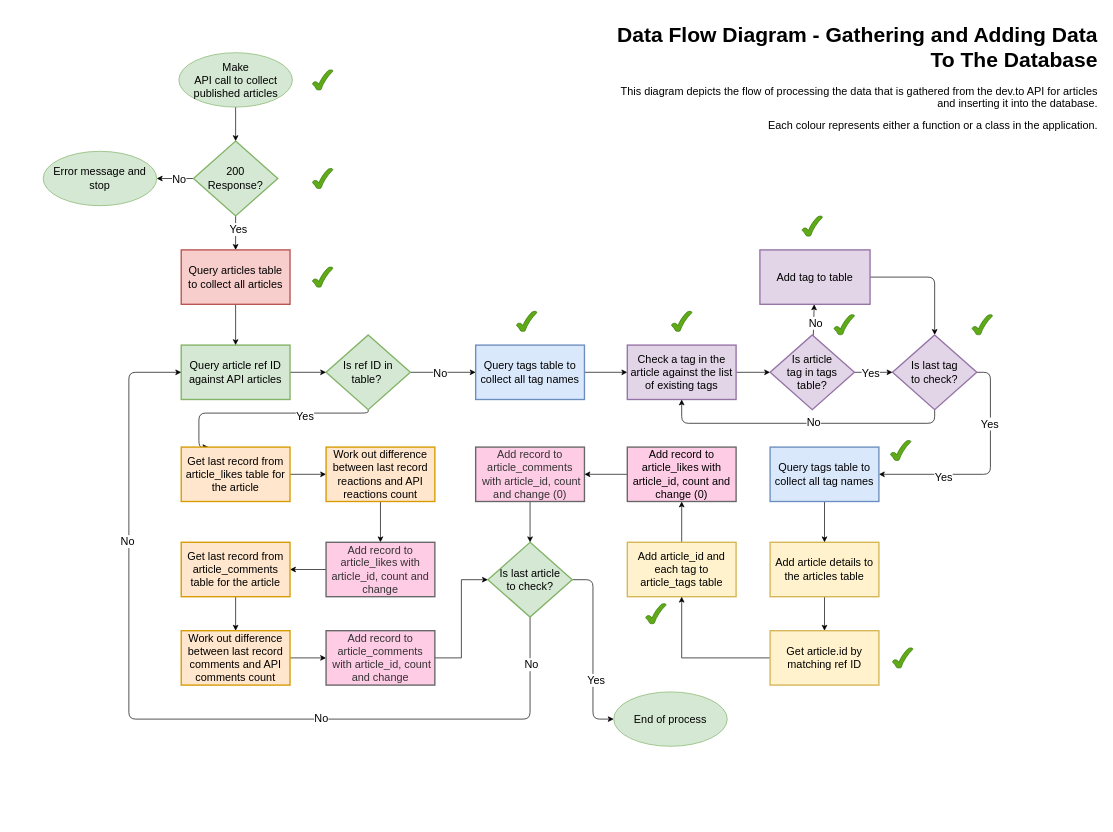
This is development_docs/004-data-processing-flow.drawio from York13Pud/python-project-dev-to-stats, a draw.io file, before an edit. Source tidied: cells renumbered, new cells numbered last; positions are measured from the earlier drawing's top-left corner, leaving out a move shared by most shapes. Both pictures are drawn from the tidied source at 68%, with x=0, y=0 at pixel (43, 18).
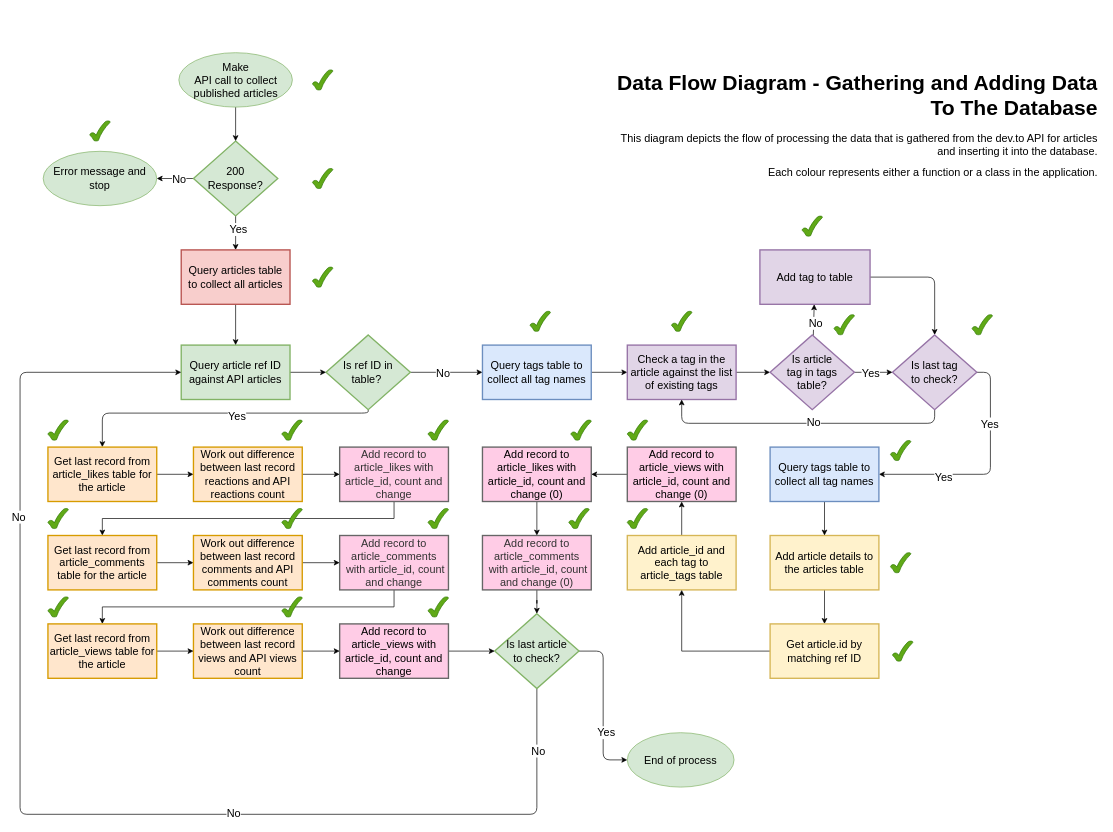
After the change.

Unchanged cells that the change refers to:
```xml
<mxCell id="11" value="Is ref ID in table?&amp;nbsp;" style="rhombus;whiteSpace=wrap;html=1;strokeColor=#82b366;strokeWidth=2;fontSize=16;rounded=0;fillColor=#d5e8d4;fontColor=#000000;" parent="1" vertex="1">
  <mxGeometry x="416" y="465" width="124" height="110" as="geometry" />
</mxCell>
<mxCell id="13" value="Query article ref ID against API articles" style="rounded=0;whiteSpace=wrap;html=1;strokeColor=#82b366;strokeWidth=2;fontSize=16;fillColor=#d5e8d4;fontColor=#000000;" parent="1" vertex="1">
  <mxGeometry x="203" y="480" width="160" height="80" as="geometry" />
</mxCell>
```

What changed in the source:
```diff
@@
-    <mxCell id="9" style="edgeStyle=orthogonalEdgeStyle;jettySize=auto;html=1;exitX=0.5;exitY=1;exitDx=0;exitDy=0;entryX=0.25;entryY=0;entryDx=0;entryDy=0;fontSize=16;fontColor=#000000;" parent="1" edge="1" source="11" target="47">
+    <mxCell id="9" style="edgeStyle=orthogonalEdgeStyle;jettySize=auto;html=1;exitX=0.5;exitY=1;exitDx=0;exitDy=0;entryX=0.5;entryY=0;entryDx=0;entryDy=0;fontSize=16;fontColor=#000000;" parent="1" edge="1" source="11" target="47">
       <mxGeometry relative="1" as="geometry">
         <Array as="points">
           <mxPoint x="478" y="580" />
-          <mxPoint x="229" y="580" />
+          <mxPoint x="87" y="580" />
         </Array>
       </mxGeometry>
     </mxCell>
     <mxCell id="10" value="Yes" style="edgeLabel;html=1;align=center;verticalAlign=middle;fontSize=16;fontColor=#000000;" parent="9" vertex="1">
       <mxGeometry x="-0.27" relative="1" as="geometry">
-        <mxPoint x="17" y="3" as="offset" />
+        <mxPoint x="-36" y="3" as="offset" />
       </mxGeometry>
     </mxCell>
@@
     <mxCell id="17" value="Query tags table to collect all tag names" style="rounded=0;whiteSpace=wrap;html=1;strokeColor=#6c8ebf;strokeWidth=2;fontSize=16;fillColor=#dae8fc;fontColor=#000000;" parent="1" vertex="1">
-      <mxGeometry x="636" y="480" width="160" height="80" as="geometry" />
+      <mxGeometry x="646" y="480" width="160" height="80" as="geometry" />
     </mxCell>
@@
     <mxCell id="34" value="Add article details to the articles table" style="rounded=0;whiteSpace=wrap;html=1;strokeColor=#d6b656;strokeWidth=2;fontSize=16;fillColor=#fff2cc;fontColor=#000000;" parent="1" vertex="1">
-      <mxGeometry x="1069" y="770" width="160" height="80" as="geometry" />
+      <mxGeometry x="1069" y="760" width="160" height="80" as="geometry" />
     </mxCell>
@@
-    <mxCell id="37" style="edgeStyle=orthogonalEdgeStyle;rounded=0;jettySize=auto;html=1;fontColor=#000000;" parent="1" edge="1" source="38" target="64">
-      <mxGeometry relative="1" as="geometry" />
-    </mxCell>
+    <mxCell id="80" style="edgeStyle=orthogonalEdgeStyle;rounded=0;jettySize=auto;html=1;" parent="1" edge="1" source="38" target="92">
+      <mxGeometry relative="1" as="geometry" />
+    </mxCell>
     <mxCell id="38" value="Add article_id and each tag to article_tags table" style="rounded=0;whiteSpace=wrap;html=1;strokeColor=#d6b656;strokeWidth=2;fontSize=16;fillColor=#fff2cc;fontColor=#000000;" parent="1" vertex="1">
-      <mxGeometry x="859" y="770" width="160" height="80" as="geometry" />
+      <mxGeometry x="859" y="760" width="160" height="80" as="geometry" />
     </mxCell>
     <mxCell id="39" style="edgeStyle=orthogonalEdgeStyle;jettySize=auto;html=1;exitX=0.5;exitY=1;exitDx=0;exitDy=0;entryX=0;entryY=0.5;entryDx=0;entryDy=0;fontSize=16;fontColor=#000000;" parent="1" edge="1" source="45" target="13">
       <mxGeometry relative="1" as="geometry">
         <Array as="points">
-          <mxPoint x="716" y="1030" />
-          <mxPoint x="126" y="1030" />
-          <mxPoint x="126" y="520" />
+          <mxPoint x="726" y="1170" />
+          <mxPoint x="-34" y="1170" />
+          <mxPoint x="-34" y="520" />
         </Array>
       </mxGeometry>
     </mxCell>
@@
     <mxCell id="45" value="Is last article&lt;br&gt;to check?" style="rhombus;whiteSpace=wrap;html=1;strokeColor=#82b366;strokeWidth=2;fontSize=16;rounded=0;fillColor=#d5e8d4;fontColor=#000000;" parent="1" vertex="1">
-      <mxGeometry x="654" y="770" width="124" height="110" as="geometry" />
+      <mxGeometry x="664" y="875" width="124" height="110" as="geometry" />
     </mxCell>
@@
     <mxCell id="47" value="Get last record from article_likes table for the article" style="rounded=0;whiteSpace=wrap;html=1;strokeColor=#d79b00;strokeWidth=2;fontSize=16;fillColor=#ffe6cc;fontColor=#000000;" parent="1" vertex="1">
-      <mxGeometry x="203" y="630" width="160" height="80" as="geometry" />
+      <mxGeometry x="7" y="630" width="160" height="80" as="geometry" />
     </mxCell>
@@
     <mxCell id="49" value="Work out difference between last record reactions and API reactions count" style="rounded=0;whiteSpace=wrap;html=1;strokeColor=#d79b00;strokeWidth=2;fontSize=16;fillColor=#ffe6cc;fontColor=#000000;" parent="1" vertex="1">
-      <mxGeometry x="416" y="630" width="160" height="80" as="geometry" />
+      <mxGeometry x="221" y="630" width="160" height="80" as="geometry" />
     </mxCell>
-    <mxCell id="50" style="edgeStyle=orthogonalEdgeStyle;jettySize=auto;html=1;fontSize=16;fontColor=#000000;" parent="1" edge="1" source="51" target="53">
+    <mxCell id="50" style="edgeStyle=orthogonalEdgeStyle;rounded=0;jettySize=auto;html=1;exitX=0.5;exitY=1;exitDx=0;exitDy=0;entryX=0.5;entryY=0;entryDx=0;entryDy=0;" parent="1" edge="1" source="51" target="53">
       <mxGeometry relative="1" as="geometry" />
     </mxCell>
     <mxCell id="51" value="Add record to article_likes with article_id, count and change" style="rounded=0;whiteSpace=wrap;html=1;strokeColor=#666666;strokeWidth=2;fontSize=16;fillColor=#FFCCE6;fontColor=#333333;" parent="1" vertex="1">
-      <mxGeometry x="416" y="770" width="160" height="80" as="geometry" />
+      <mxGeometry x="436" y="630" width="160" height="80" as="geometry" />
     </mxCell>
@@
     <mxCell id="53" value="Get last record from article_comments table for the article" style="rounded=0;whiteSpace=wrap;html=1;strokeColor=#d79b00;strokeWidth=2;fontSize=16;fillColor=#ffe6cc;fontColor=#000000;" parent="1" vertex="1">
-      <mxGeometry x="203" y="770" width="160" height="80" as="geometry" />
+      <mxGeometry x="7" y="760" width="160" height="80" as="geometry" />
     </mxCell>
@@
     <mxCell id="55" value="Work out difference between last record comments and API comments count" style="rounded=0;whiteSpace=wrap;html=1;strokeColor=#d79b00;strokeWidth=2;fontSize=16;fillColor=#ffe6cc;fontColor=#000000;" parent="1" vertex="1">
-      <mxGeometry x="203" y="900" width="160" height="80" as="geometry" />
+      <mxGeometry x="221" y="760" width="160" height="80" as="geometry" />
     </mxCell>
-    <mxCell id="56" style="edgeStyle=orthogonalEdgeStyle;rounded=0;jettySize=auto;html=1;entryX=0;entryY=0.5;entryDx=0;entryDy=0;" parent="1" edge="1" source="57" target="45">
-      <mxGeometry relative="1" as="geometry" />
-    </mxCell>
+    <mxCell id="81" style="edgeStyle=orthogonalEdgeStyle;rounded=0;jettySize=auto;html=1;exitX=0.5;exitY=1;exitDx=0;exitDy=0;" parent="1" edge="1" source="57" target="102">
+      <mxGeometry relative="1" as="geometry" />
+    </mxCell>
     <mxCell id="57" value="Add record to article_comments&lt;br&gt;&amp;nbsp;with article_id, count and change" style="rounded=0;whiteSpace=wrap;html=1;strokeColor=#666666;strokeWidth=2;fontSize=16;fillColor=#FFCCE6;fontColor=#333333;" parent="1" vertex="1">
-      <mxGeometry x="416" y="900" width="160" height="80" as="geometry" />
+      <mxGeometry x="436" y="760" width="160" height="80" as="geometry" />
     </mxCell>
@@
     <mxCell id="61" value="End of process" style="ellipse;whiteSpace=wrap;html=1;fontSize=16;fillColor=#d5e8d4;strokeColor=#82b366;fontColor=#000000;" parent="1" vertex="1">
-      <mxGeometry x="839" y="990" width="167" height="80" as="geometry" />
+      <mxGeometry x="859" y="1050" width="157" height="80" as="geometry" />
     </mxCell>
     <mxCell id="62" value="&lt;h1&gt;&lt;font style=&quot;font-size: 31px;&quot;&gt;Data Flow Diagram - Gathering and Adding Data To The Database&lt;/font&gt;&lt;/h1&gt;&lt;p&gt;&lt;font style=&quot;font-size: 16px;&quot;&gt;This diagram depicts the flow of processing the data that is gathered from the dev.to API for articles and inserting it into the database.&lt;/font&gt;&lt;/p&gt;&lt;p&gt;&lt;font style=&quot;font-size: 16px;&quot;&gt;Each colour represents either a function or a class in the application.&lt;/font&gt;&lt;/p&gt;" style="text;html=1;strokeColor=none;fillColor=none;spacing=5;spacingTop=-20;whiteSpace=wrap;overflow=hidden;rounded=0;align=right;" parent="1" vertex="1">
-      <mxGeometry x="826" width="730" height="210" as="geometry" />
+      <mxGeometry x="826" y="70" width="730" height="210" as="geometry" />
     </mxCell>
@@
     <mxCell id="64" value="Add record to article_likes with article_id, count and change (0)" style="rounded=0;whiteSpace=wrap;html=1;strokeColor=#666666;strokeWidth=2;fontSize=16;fillColor=#FFCCE6;fontColor=#000000;" parent="1" vertex="1">
-      <mxGeometry x="859" y="630" width="160" height="80" as="geometry" />
+      <mxGeometry x="646" y="630" width="160" height="80" as="geometry" />
     </mxCell>
@@
     <mxCell id="66" value="Add record to article_comments&lt;br&gt;&amp;nbsp;with article_id, count and change (0)" style="rounded=0;whiteSpace=wrap;html=1;strokeColor=#666666;strokeWidth=2;fontSize=16;fillColor=#FFCCE6;fontColor=#333333;" parent="1" vertex="1">
-      <mxGeometry x="636" y="630" width="160" height="80" as="geometry" />
+      <mxGeometry x="646" y="760" width="160" height="80" as="geometry" />
     </mxCell>
@@
     <mxCell id="68" value="Get article.id by matching ref ID" style="rounded=0;whiteSpace=wrap;html=1;strokeColor=#d6b656;strokeWidth=2;fontSize=16;fillColor=#fff2cc;fontColor=#000000;" parent="1" vertex="1">
-      <mxGeometry x="1069" y="900" width="160" height="80" as="geometry" />
+      <mxGeometry x="1069" y="890" width="160" height="80" as="geometry" />
     </mxCell>
@@
     <mxCell id="72" style="verticalLabelPosition=bottom;verticalAlign=top;html=1;shape=mxgraph.basic.tick;fillColor=#60a917;strokeColor=#2D7600;fontColor=#ffffff;" parent="1" vertex="1">
-      <mxGeometry x="696" y="430" width="30" height="30" as="geometry" />
+      <mxGeometry x="716" y="430" width="30" height="30" as="geometry" />
     </mxCell>
@@
     <mxCell id="78" style="verticalLabelPosition=bottom;verticalAlign=top;html=1;shape=mxgraph.basic.tick;fillColor=#60a917;strokeColor=#2D7600;fontColor=#ffffff;" parent="1" vertex="1">
-      <mxGeometry x="886" y="860" width="30" height="30" as="geometry" />
+      <mxGeometry x="859" y="720" width="30" height="30" as="geometry" />
     </mxCell>
     <mxCell id="79" style="verticalLabelPosition=bottom;verticalAlign=top;html=1;shape=mxgraph.basic.tick;fillColor=#60a917;strokeColor=#2D7600;fontColor=#ffffff;" parent="1" vertex="1">
-      <mxGeometry x="1249" y="925" width="30" height="30" as="geometry" />
+      <mxGeometry x="1249" y="915" width="30" height="30" as="geometry" />
     </mxCell>
+    <mxCell id="82" style="verticalLabelPosition=bottom;verticalAlign=top;html=1;shape=mxgraph.basic.tick;fillColor=#60a917;strokeColor=#2D7600;fontColor=#ffffff;" parent="1" vertex="1">
+      <mxGeometry x="1246" y="785" width="30" height="30" as="geometry" />
+    </mxCell>
+    <mxCell id="83" style="verticalLabelPosition=bottom;verticalAlign=top;html=1;shape=mxgraph.basic.tick;fillColor=#60a917;strokeColor=#2D7600;fontColor=#ffffff;" parent="1" vertex="1">
+      <mxGeometry x="859" y="590" width="30" height="30" as="geometry" />
+    </mxCell>
+    <mxCell id="84" style="verticalLabelPosition=bottom;verticalAlign=top;html=1;shape=mxgraph.basic.tick;fillColor=#60a917;strokeColor=#2D7600;fontColor=#ffffff;" parent="1" vertex="1">
+      <mxGeometry x="776" y="590" width="30" height="30" as="geometry" />
+    </mxCell>
+    <mxCell id="85" style="verticalLabelPosition=bottom;verticalAlign=top;html=1;shape=mxgraph.basic.tick;fillColor=#60a917;strokeColor=#2D7600;fontColor=#ffffff;" parent="1" vertex="1">
+      <mxGeometry x="566" y="720" width="30" height="30" as="geometry" />
+    </mxCell>
+    <mxCell id="86" style="verticalLabelPosition=bottom;verticalAlign=top;html=1;shape=mxgraph.basic.tick;fillColor=#60a917;strokeColor=#2D7600;fontColor=#ffffff;" parent="1" vertex="1">
+      <mxGeometry x="566" y="850" width="30" height="30" as="geometry" />
+    </mxCell>
+    <mxCell id="87" style="verticalLabelPosition=bottom;verticalAlign=top;html=1;shape=mxgraph.basic.tick;fillColor=#60a917;strokeColor=#2D7600;fontColor=#ffffff;" parent="1" vertex="1">
+      <mxGeometry x="7" y="850" width="30" height="30" as="geometry" />
+    </mxCell>
+    <mxCell id="88" style="verticalLabelPosition=bottom;verticalAlign=top;html=1;shape=mxgraph.basic.tick;fillColor=#60a917;strokeColor=#2D7600;fontColor=#ffffff;" parent="1" vertex="1">
+      <mxGeometry x="566" y="590" width="30" height="30" as="geometry" />
+    </mxCell>
+    <mxCell id="89" style="verticalLabelPosition=bottom;verticalAlign=top;html=1;shape=mxgraph.basic.tick;fillColor=#60a917;strokeColor=#2D7600;fontColor=#ffffff;" parent="1" vertex="1">
+      <mxGeometry x="351" y="590" width="30" height="30" as="geometry" />
+    </mxCell>
+    <mxCell id="90" style="verticalLabelPosition=bottom;verticalAlign=top;html=1;shape=mxgraph.basic.tick;fillColor=#60a917;strokeColor=#2D7600;fontColor=#ffffff;" parent="1" vertex="1">
+      <mxGeometry x="7" y="590" width="30" height="30" as="geometry" />
+    </mxCell>
+    <mxCell id="91" style="edgeStyle=orthogonalEdgeStyle;rounded=0;jettySize=auto;html=1;" parent="1" edge="1" source="92" target="64">
+      <mxGeometry relative="1" as="geometry" />
+    </mxCell>
+    <mxCell id="92" value="Add record to article_views with article_id, count and change (0)" style="rounded=0;whiteSpace=wrap;html=1;strokeColor=#666666;strokeWidth=2;fontSize=16;fillColor=#FFCCE6;fontColor=#000000;" parent="1" vertex="1">
+      <mxGeometry x="859" y="630" width="160" height="80" as="geometry" />
+    </mxCell>
+    <mxCell id="93" style="edgeStyle=orthogonalEdgeStyle;rounded=0;jettySize=auto;html=1;" parent="1" edge="1" source="94" target="45">
+      <mxGeometry relative="1" as="geometry" />
+    </mxCell>
+    <mxCell id="94" value="Add record to article_views with article_id, count and change" style="rounded=0;whiteSpace=wrap;html=1;strokeColor=#666666;strokeWidth=2;fontSize=16;fillColor=#FFCCE6;fontColor=#000000;" parent="1" vertex="1">
+      <mxGeometry x="436" y="890" width="160" height="80" as="geometry" />
+    </mxCell>
+    <mxCell id="95" style="edgeStyle=orthogonalEdgeStyle;rounded=0;jettySize=auto;html=1;" parent="1" edge="1" source="96" target="94">
+      <mxGeometry relative="1" as="geometry" />
+    </mxCell>
+    <mxCell id="96" value="Work out difference between last record views and API views count" style="rounded=0;whiteSpace=wrap;html=1;strokeColor=#d79b00;strokeWidth=2;fontSize=16;fillColor=#ffe6cc;fontColor=#000000;" parent="1" vertex="1">
+      <mxGeometry x="221" y="890" width="160" height="80" as="geometry" />
+    </mxCell>
+    <mxCell id="97" style="verticalLabelPosition=bottom;verticalAlign=top;html=1;shape=mxgraph.basic.tick;fillColor=#60a917;strokeColor=#2D7600;fontColor=#ffffff;" parent="1" vertex="1">
+      <mxGeometry x="351" y="720" width="30" height="30" as="geometry" />
+    </mxCell>
+    <mxCell id="98" style="verticalLabelPosition=bottom;verticalAlign=top;html=1;shape=mxgraph.basic.tick;fillColor=#60a917;strokeColor=#2D7600;fontColor=#ffffff;" parent="1" vertex="1">
+      <mxGeometry x="7" y="720" width="30" height="30" as="geometry" />
+    </mxCell>
+    <mxCell id="99" style="verticalLabelPosition=bottom;verticalAlign=top;html=1;shape=mxgraph.basic.tick;fillColor=#60a917;strokeColor=#2D7600;fontColor=#ffffff;" parent="1" vertex="1">
+      <mxGeometry x="773" y="720" width="30" height="30" as="geometry" />
+    </mxCell>
+    <mxCell id="100" style="verticalLabelPosition=bottom;verticalAlign=top;html=1;shape=mxgraph.basic.tick;fillColor=#60a917;strokeColor=#2D7600;fontColor=#ffffff;" parent="1" vertex="1">
+      <mxGeometry x="68.5" y="150" width="30" height="30" as="geometry" />
+    </mxCell>
+    <mxCell id="101" style="edgeStyle=orthogonalEdgeStyle;rounded=0;jettySize=auto;html=1;" parent="1" edge="1" source="102" target="96">
+      <mxGeometry relative="1" as="geometry" />
+    </mxCell>
+    <mxCell id="102" value="Get last record from article_views table for the article" style="rounded=0;whiteSpace=wrap;html=1;strokeColor=#d79b00;strokeWidth=2;fontSize=16;fillColor=#ffe6cc;fontColor=#000000;" parent="1" vertex="1">
+      <mxGeometry x="7" y="890" width="160" height="80" as="geometry" />
+    </mxCell>
+    <mxCell id="103" style="verticalLabelPosition=bottom;verticalAlign=top;html=1;shape=mxgraph.basic.tick;fillColor=#60a917;strokeColor=#2D7600;fontColor=#ffffff;" parent="1" vertex="1">
+      <mxGeometry x="351" y="850" width="30" height="30" as="geometry" />
+    </mxCell>
```
